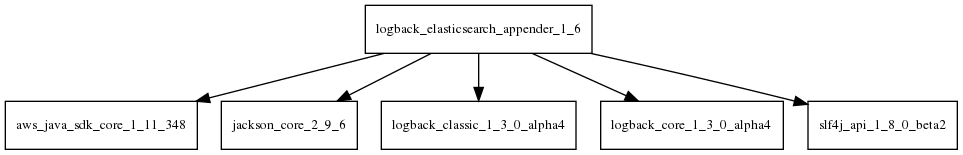
sjvs/cia keeps this Graphviz diagram as tattleTaleReport/graphviz/logback-elasticsearch-appender-1.6.jar/logback-elasticsearch-appender-1.6.jar.png. Above is the earlier version. Its source is kept beside it as tattleTaleReport/graphviz/logback-elasticsearch-appender-1.6.jar/logback-elasticsearch-appender-1.6.jar.dot.
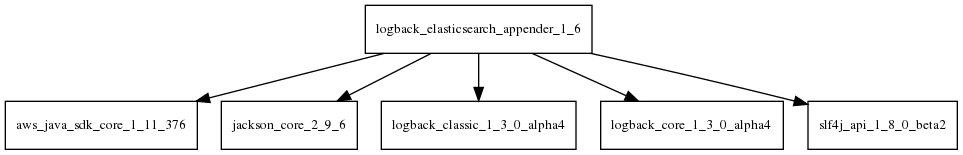
The same file after the commit.

Diff of the diagram source:
```diff
@@ -1,6 +1,6 @@
 digraph logback_elasticsearch_appender_1_6_dependencies {
   node [shape = box, fontsize=10.0];
-  logback_elasticsearch_appender_1_6 -> aws_java_sdk_core_1_11_348;
+  logback_elasticsearch_appender_1_6 -> aws_java_sdk_core_1_11_376;
   logback_elasticsearch_appender_1_6 -> jackson_core_2_9_6;
   logback_elasticsearch_appender_1_6 -> logback_classic_1_3_0_alpha4;
   logback_elasticsearch_appender_1_6 -> logback_core_1_3_0_alpha4;
```
